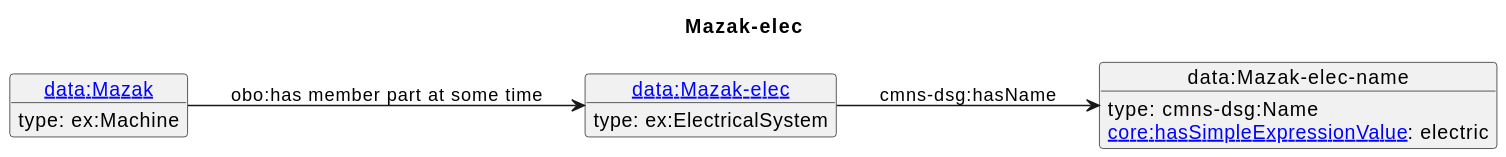
The PlantUML diagram diagrams/Mazak-elec.svg in iofoundry/example-syseng-mtconnect, before a commit.
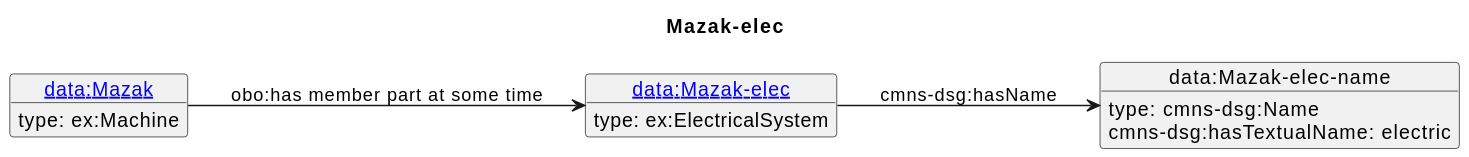
Later version of the same file.

The edit, as a diff of the source:
```diff
@@ -12,6 +12,6 @@
  type: ex:Machine
 }
 o1 --> o2 : cmns-dsg:hasName
-o2 : [[https://spec.industrialontologies.org/ontology/core/Core/hasSimpleExpressionValue core:hasSimpleExpressionValue]]: electric
+o2 : cmns-dsg:hasTextualName: electric
 o3 --> o1 : obo:has member part at some time
 @enduml
```
